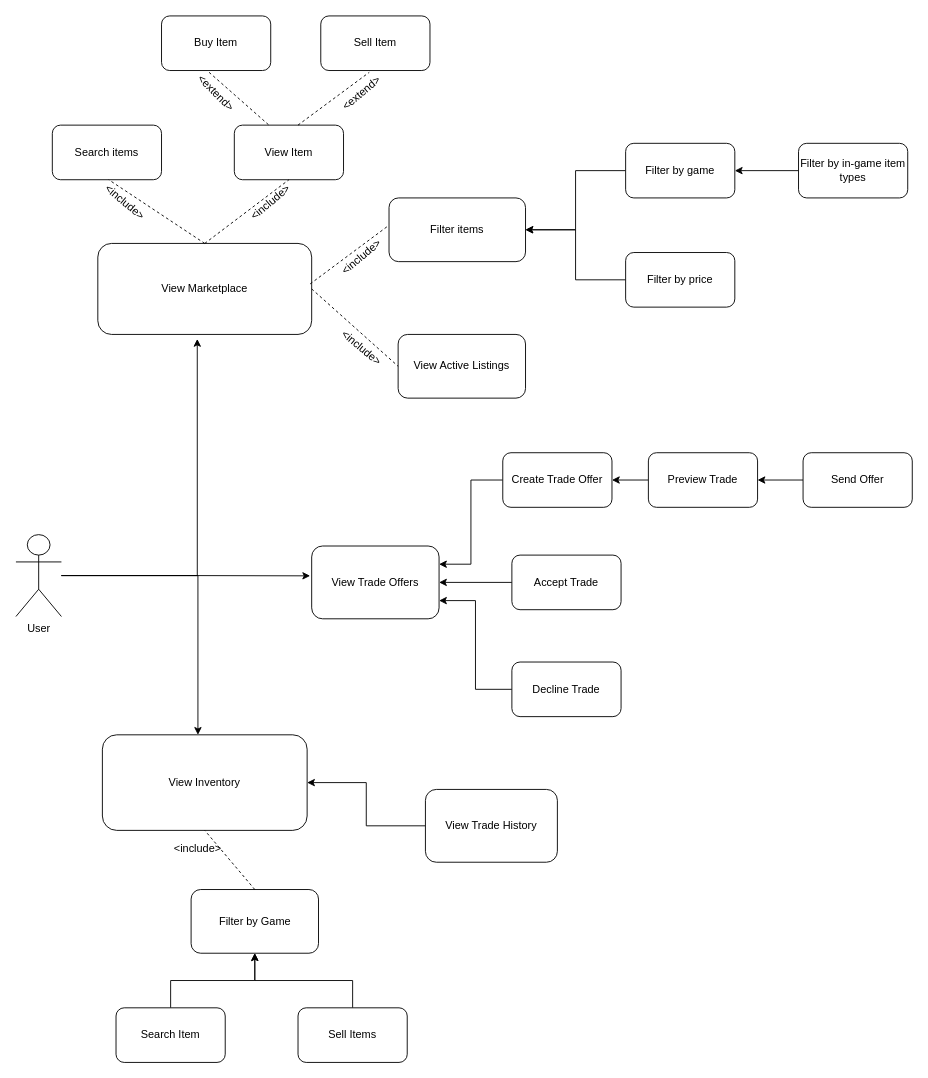
The draw.io diagram documentation/steampunks-diagram.drawio in halip-sonia/UBB-SE-2025-Steampunks-Copy, before the edit. Source tidied: cells renumbered, new cells numbered last; positions are measured from the earlier drawing's top-left corner, leaving out a move shared by most shapes. Both pictures are drawn from the tidied source at 91%, with x=0, y=0 at pixel (15, 15).
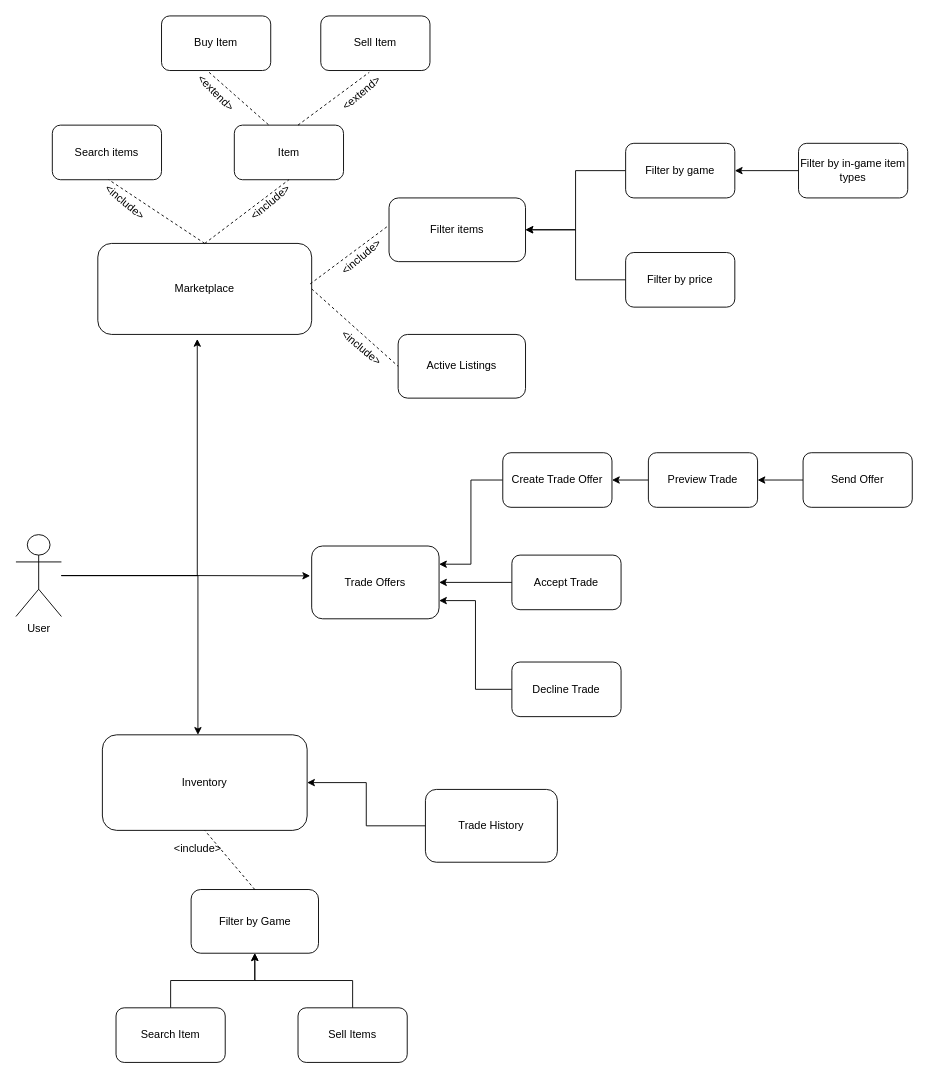
After the change.

The edit, as a diff of the source:
```diff
@@
-    <mxCell id="5" value="View Marketplace" style="rounded=1;whiteSpace=wrap;html=1;" parent="1" vertex="1">
+    <mxCell id="5" value="Marketplace" style="rounded=1;whiteSpace=wrap;html=1;" parent="1" vertex="1">
       <mxGeometry x="90" y="250" width="235" height="100" as="geometry" />
     </mxCell>
@@
-    <mxCell id="14" value="View Inventory" style="rounded=1;whiteSpace=wrap;html=1;" parent="1" vertex="1">
+    <mxCell id="14" value="Inventory" style="rounded=1;whiteSpace=wrap;html=1;" parent="1" vertex="1">
       <mxGeometry x="95" y="790" width="225" height="105" as="geometry" />
     </mxCell>
@@
-    <mxCell id="19" value="View Trade Offers" style="rounded=1;whiteSpace=wrap;html=1;" parent="1" vertex="1">
+    <mxCell id="19" value="Trade Offers" style="rounded=1;whiteSpace=wrap;html=1;" parent="1" vertex="1">
       <mxGeometry x="325" y="582.5" width="140" height="80" as="geometry" />
     </mxCell>
@@
-    <mxCell id="31" value="View Trade History" style="rounded=1;whiteSpace=wrap;html=1;" parent="1" vertex="1">
+    <mxCell id="31" value="Trade History" style="rounded=1;whiteSpace=wrap;html=1;" parent="1" vertex="1">
       <mxGeometry x="450" y="850" width="145" height="80" as="geometry" />
     </mxCell>
@@
-    <mxCell id="33" value="View Item" style="rounded=1;whiteSpace=wrap;html=1;" parent="1" vertex="1">
+    <mxCell id="33" value="Item" style="rounded=1;whiteSpace=wrap;html=1;" parent="1" vertex="1">
       <mxGeometry x="240" y="120" width="120" height="60" as="geometry" />
     </mxCell>
@@
-    <mxCell id="36" value="View Active Listings" style="rounded=1;whiteSpace=wrap;html=1;" parent="1" vertex="1">
+    <mxCell id="36" value="Active Listings" style="rounded=1;whiteSpace=wrap;html=1;" parent="1" vertex="1">
       <mxGeometry x="420" y="350" width="140" height="70" as="geometry" />
     </mxCell>
```
